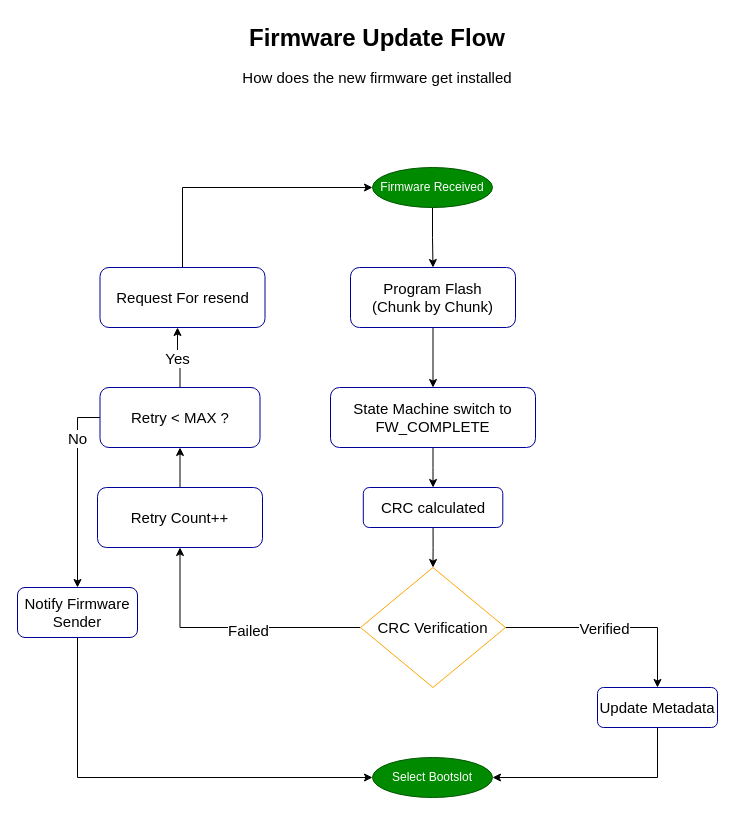
Above: page "02 - Firmware Update Flow" (3 of 9) of docs/HEXBOOT_F0_Architecture.drawio in brajogopal/HEXBOOT_F0 (draw.io), before the change. Source tidied: cells renumbered, new cells numbered last; positions are measured from the earlier drawing's top-left corner, leaving out a move shared by most shapes. Both pictures are drawn from the tidied source at 100%, with x=0, y=0 at pixel (17, 17).
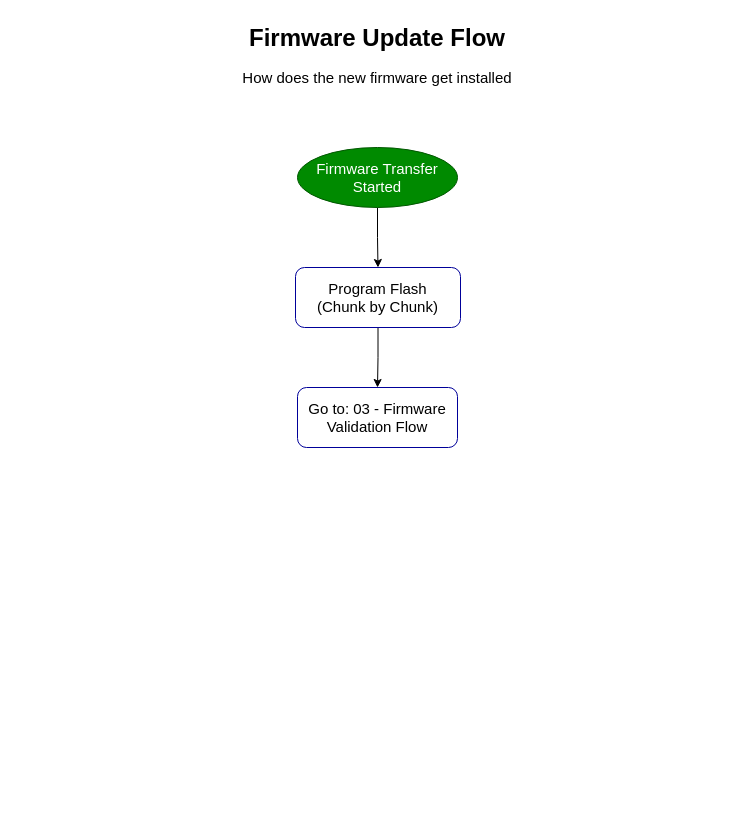
Above is the later version.

Diff of the diagram source:
```diff
@@
-    <mxCell id="4" value="Firmware Received" style="ellipse;whiteSpace=wrap;html=1;fillColor=#008a00;strokeColor=#005700;fontColor=#ffffff;" parent="1" vertex="1">
-      <mxGeometry x="355" y="150" width="120" height="40" as="geometry" />
+    <mxCell id="4" value="&lt;font style=&quot;font-size: 15px;&quot;&gt;Firmware Transfer Started&lt;/font&gt;" style="ellipse;whiteSpace=wrap;html=1;fillColor=#008a00;strokeColor=#005700;fontColor=#ffffff;" parent="1" vertex="1">
+      <mxGeometry x="280" y="130" width="160" height="60" as="geometry" />
     </mxCell>
-    <mxCell id="5" value="&lt;font style=&quot;font-size: 15px;&quot;&gt;State Machine switch to FW_COMPLETE&lt;/font&gt;" style="rounded=1;whiteSpace=wrap;html=1;strokeColor=#000099;" parent="1" vertex="1">
-      <mxGeometry x="313" y="370" width="205" height="60" as="geometry" />
-    </mxCell>
-    <mxCell id="6" style="edgeStyle=orthogonalEdgeStyle;rounded=0;jettySize=auto;html=1;exitX=0.5;exitY=1;exitDx=0;exitDy=0;entryX=0.5;entryY=0;entryDx=0;entryDy=0;" parent="1" edge="1" source="7">
-      <mxGeometry relative="1" as="geometry">
-        <mxPoint x="415.5" y="550" as="targetPoint" />
-      </mxGeometry>
-    </mxCell>
-    <mxCell id="7" value="&lt;font style=&quot;font-size: 15px;&quot;&gt;CRC calculated&lt;/font&gt;" style="rounded=1;whiteSpace=wrap;html=1;strokeColor=#000099;" parent="1" vertex="1">
-      <mxGeometry x="345.8" y="470" width="139.5" height="40" as="geometry" />
-    </mxCell>
-    <mxCell id="8" style="edgeStyle=orthogonalEdgeStyle;rounded=0;jettySize=auto;html=1;exitX=1;exitY=0.5;exitDx=0;exitDy=0;entryX=0.5;entryY=0;entryDx=0;entryDy=0;" parent="1" edge="1" source="17" target="13">
-      <mxGeometry relative="1" as="geometry" />
-    </mxCell>
-    <mxCell id="9" value="&lt;font style=&quot;font-size: 15px;&quot;&gt;Verified&lt;/font&gt;" style="edgeLabel;html=1;align=center;verticalAlign=middle;" parent="8" vertex="1">
-      <mxGeometry x="-0.08" relative="1" as="geometry" />
-    </mxCell>
@@
-    <mxCell id="11" style="edgeStyle=orthogonalEdgeStyle;rounded=0;jettySize=auto;html=1;exitX=0.5;exitY=1;exitDx=0;exitDy=0;entryX=0.5;entryY=0;entryDx=0;entryDy=0;" parent="1" edge="1" source="5" target="7">
-      <mxGeometry relative="1" as="geometry" />
-    </mxCell>
-    <mxCell id="12" style="edgeStyle=orthogonalEdgeStyle;rounded=0;jettySize=auto;html=1;exitX=0.5;exitY=1;exitDx=0;exitDy=0;entryX=1;entryY=0.5;entryDx=0;entryDy=0;" parent="1" edge="1" source="13" target="14">
-      <mxGeometry relative="1" as="geometry" />
-    </mxCell>
-    <mxCell id="13" value="&lt;font style=&quot;font-size: 15px;&quot;&gt;Update Metadata&lt;/font&gt;" style="rounded=1;whiteSpace=wrap;html=1;strokeColor=#000099;" parent="1" vertex="1">
-      <mxGeometry x="580" y="670" width="120" height="40" as="geometry" />
-    </mxCell>
-    <mxCell id="14" value="Select Bootslot" style="ellipse;whiteSpace=wrap;html=1;fillColor=#008a00;fontColor=#ffffff;strokeColor=#005700;" parent="1" vertex="1">
-      <mxGeometry x="355" y="740" width="120" height="40" as="geometry" />
-    </mxCell>
-    <mxCell id="15" style="edgeStyle=orthogonalEdgeStyle;rounded=0;jettySize=auto;html=1;exitX=0;exitY=0.5;exitDx=0;exitDy=0;entryX=0.5;entryY=1;entryDx=0;entryDy=0;" parent="1" edge="1" source="17" target="23">
-      <mxGeometry relative="1" as="geometry" />
-    </mxCell>
-    <mxCell id="16" value="&lt;span style=&quot;font-size: 15px;&quot;&gt;Failed&lt;/span&gt;" style="edgeLabel;html=1;align=center;verticalAlign=middle;" parent="15" vertex="1">
-      <mxGeometry x="-0.13" y="2" relative="1" as="geometry" />
-    </mxCell>
-    <mxCell id="17" value="&lt;span style=&quot;font-size: 15px;&quot;&gt;CRC Verification&lt;/span&gt;" style="rhombus;whiteSpace=wrap;html=1;strokeColor=#FFA500;" parent="1" vertex="1">
-      <mxGeometry x="343" y="550" width="145" height="120" as="geometry" />
-    </mxCell>
-    <mxCell id="18" style="edgeStyle=orthogonalEdgeStyle;rounded=0;jettySize=auto;html=1;exitX=0.5;exitY=0;exitDx=0;exitDy=0;entryX=0;entryY=0.5;entryDx=0;entryDy=0;" parent="1" edge="1" source="19" target="4">
-      <mxGeometry relative="1" as="geometry" />
-    </mxCell>
-    <mxCell id="19" value="&lt;font style=&quot;font-size: 15px;&quot;&gt;Request For resend&lt;/font&gt;" style="rounded=1;whiteSpace=wrap;html=1;strokeColor=#000099;" parent="1" vertex="1">
-      <mxGeometry x="82.5" y="250" width="165" height="60" as="geometry" />
-    </mxCell>
-    <mxCell id="20" style="edgeStyle=orthogonalEdgeStyle;rounded=0;jettySize=auto;html=1;" parent="1" edge="1" source="21" target="5">
-      <mxGeometry relative="1" as="geometry" />
-    </mxCell>
+    <mxCell id="31" style="edgeStyle=orthogonalEdgeStyle;rounded=0;jettySize=auto;html=1;entryX=0.5;entryY=0;entryDx=0;entryDy=0;" parent="1" edge="1" source="21" target="32">
+      <mxGeometry relative="1" as="geometry" />
+    </mxCell>
     <mxCell id="21" value="&lt;font style=&quot;font-size: 15px;&quot;&gt;Program Flash&lt;br/&gt;(Chunk by Chunk)&lt;/font&gt;" style="rounded=1;whiteSpace=wrap;html=1;strokeColor=#000099;" parent="1" vertex="1">
-      <mxGeometry x="333" y="250" width="165" height="60" as="geometry" />
+      <mxGeometry x="278" y="250" width="165" height="60" as="geometry" />
     </mxCell>
-    <mxCell id="22" style="edgeStyle=orthogonalEdgeStyle;rounded=0;jettySize=auto;html=1;" parent="1" edge="1" source="23" target="28">
-      <mxGeometry relative="1" as="geometry" />
-    </mxCell>
-    <mxCell id="23" value="&lt;font style=&quot;font-size: 15px;&quot;&gt;Retry Count++&lt;/font&gt;" style="rounded=1;whiteSpace=wrap;html=1;align=center;strokeColor=#000099;" parent="1" vertex="1">
-      <mxGeometry x="80" y="470" width="165" height="60" as="geometry" />
-    </mxCell>
-    <mxCell id="24" style="edgeStyle=orthogonalEdgeStyle;rounded=0;jettySize=auto;html=1;" parent="1" edge="1" source="28" target="19">
-      <mxGeometry relative="1" as="geometry">
-        <Array as="points">
-          <mxPoint x="162" y="340" />
-          <mxPoint x="160" y="340" />
-        </Array>
-      </mxGeometry>
-    </mxCell>
-    <mxCell id="25" value="&lt;font style=&quot;font-size: 15px;&quot;&gt;Yes&lt;/font&gt;" style="edgeLabel;html=1;align=center;verticalAlign=middle;" parent="24" vertex="1">
-      <mxGeometry x="0.04" y="1" relative="1" as="geometry">
-        <mxPoint y="1" as="offset" />
-      </mxGeometry>
-    </mxCell>
-    <mxCell id="26" style="edgeStyle=orthogonalEdgeStyle;rounded=0;jettySize=auto;html=1;exitX=0;exitY=0.5;exitDx=0;exitDy=0;entryX=0.5;entryY=0;entryDx=0;entryDy=0;" parent="1" edge="1" source="28" target="30">
-      <mxGeometry relative="1" as="geometry">
-        <Array as="points">
-          <mxPoint x="60" y="400" />
-        </Array>
-      </mxGeometry>
-    </mxCell>
-    <mxCell id="27" value="&lt;font style=&quot;font-size: 15px;&quot;&gt;No&lt;/font&gt;" style="edgeLabel;html=1;align=center;verticalAlign=middle;" parent="26" vertex="1">
-      <mxGeometry x="-0.92" relative="1" as="geometry">
-        <mxPoint x="-15" y="20" as="offset" />
-      </mxGeometry>
-    </mxCell>
-    <mxCell id="28" value="&lt;font style=&quot;font-size: 15px;&quot;&gt;Retry &amp;lt; MAX ?&lt;/font&gt;" style="rounded=1;whiteSpace=wrap;html=1;strokeColor=#000099;" parent="1" vertex="1">
-      <mxGeometry x="82.5" y="370" width="160" height="60" as="geometry" />
-    </mxCell>
-    <mxCell id="29" style="edgeStyle=orthogonalEdgeStyle;rounded=0;jettySize=auto;html=1;exitX=0.5;exitY=1;exitDx=0;exitDy=0;entryX=0;entryY=0.5;entryDx=0;entryDy=0;" parent="1" edge="1" source="30" target="14">
-      <mxGeometry relative="1" as="geometry" />
-    </mxCell>
-    <mxCell id="30" value="&lt;font style=&quot;font-size: 15px;&quot;&gt;Notify Firmware Sender&lt;/font&gt;" style="rounded=1;whiteSpace=wrap;html=1;strokeColor=#000099;" parent="1" vertex="1">
-      <mxGeometry y="570" width="120" height="50" as="geometry" />
-    </mxCell>
+    <mxCell id="32" value="&lt;font style=&quot;font-size: 15px;&quot;&gt;Go to: 03 - Firmware Validation Flow&lt;/font&gt;" style="rounded=1;whiteSpace=wrap;html=1;strokeColor=#000099;" parent="1" vertex="1">
+      <mxGeometry x="280" y="370" width="160" height="60" as="geometry" />
+    </mxCell>
```
